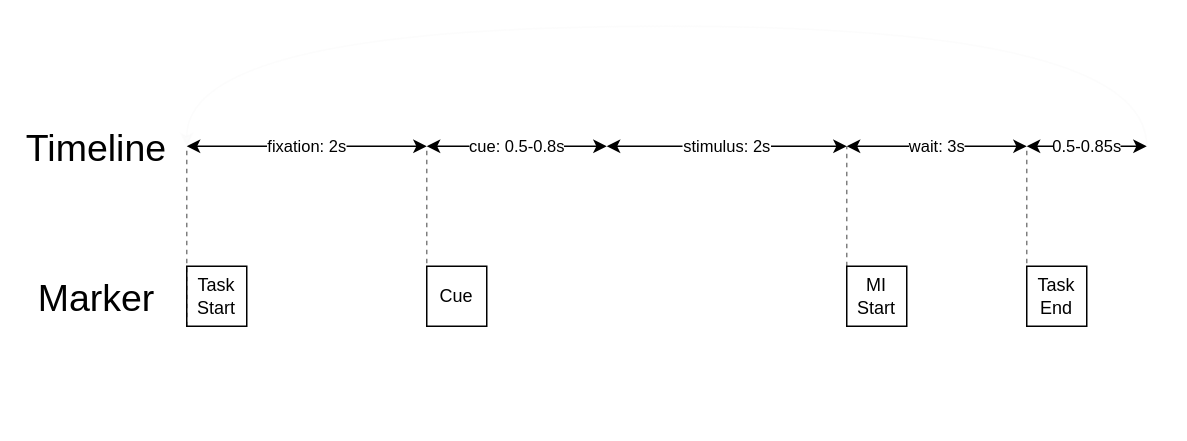
This is sw/admin/diagrams/paradigm1.drawio from Ereasai/EEGTetris, a draw.io file, before an edit. Source tidied: cells renumbered, new cells numbered last; positions are measured from the earlier drawing's top-left corner, leaving out a move shared by most shapes. Both pictures are drawn from the tidied source at 150%, with x=0, y=0 at pixel (51, 26).
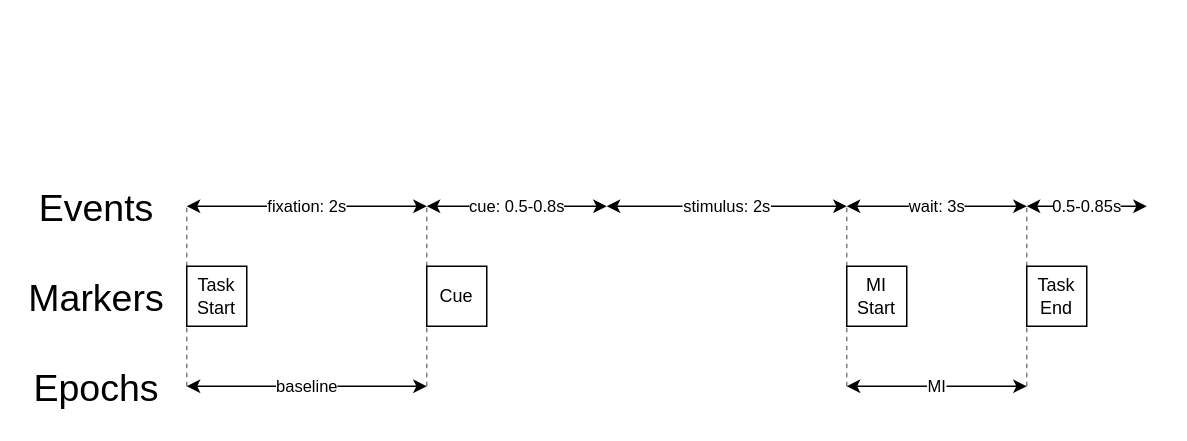
After the change.

The change refers to these unchanged cells:
```xml
<mxCell id="8" value="MI&lt;br&gt;Start" style="rounded=0;whiteSpace=wrap;html=1;" parent="1" vertex="1">
  <mxGeometry x="530" y="160" width="40" height="40" as="geometry" />
</mxCell>
<mxCell id="16" value="Cue" style="rounded=0;whiteSpace=wrap;html=1;" parent="1" vertex="1">
  <mxGeometry x="250" y="160" width="40" height="40" as="geometry" />
</mxCell>
<mxCell id="17" value="Task&lt;br&gt;End" style="rounded=0;whiteSpace=wrap;html=1;" parent="1" vertex="1">
  <mxGeometry x="650" y="160" width="40" height="40" as="geometry" />
</mxCell>
```

Change to the diagram source:
```diff
@@
     <mxCell id="2" value="fixation: 2s" style="endArrow=classic;startArrow=classic;html=1;rounded=0;" parent="1" edge="1">
       <mxGeometry relative="1" as="geometry">
-        <mxPoint x="90" y="80" as="sourcePoint" />
-        <mxPoint x="250" y="80" as="targetPoint" />
+        <mxPoint x="90" y="120" as="sourcePoint" />
+        <mxPoint x="250" y="120" as="targetPoint" />
       </mxGeometry>
     </mxCell>
     <mxCell id="3" value="cue: 0.5-0.8s" style="endArrow=classic;startArrow=classic;html=1;rounded=0;" parent="1" edge="1">
       <mxGeometry relative="1" as="geometry">
-        <mxPoint x="250" y="80" as="sourcePoint" />
-        <mxPoint x="370" y="80" as="targetPoint" />
+        <mxPoint x="250" y="120" as="sourcePoint" />
+        <mxPoint x="370" y="120" as="targetPoint" />
       </mxGeometry>
     </mxCell>
     <mxCell id="4" value="stimulus: 2s" style="endArrow=classic;startArrow=classic;html=1;rounded=0;" parent="1" edge="1">
       <mxGeometry relative="1" as="geometry">
-        <mxPoint x="370" y="80" as="sourcePoint" />
-        <mxPoint x="530" y="80" as="targetPoint" />
+        <mxPoint x="370" y="120" as="sourcePoint" />
+        <mxPoint x="530" y="120" as="targetPoint" />
       </mxGeometry>
     </mxCell>
     <mxCell id="5" value="wait: 3s" style="endArrow=classic;startArrow=classic;html=1;rounded=0;" parent="1" edge="1">
       <mxGeometry relative="1" as="geometry">
-        <mxPoint x="530" y="80" as="sourcePoint" />
-        <mxPoint x="650" y="80" as="targetPoint" />
+        <mxPoint x="530" y="120" as="sourcePoint" />
+        <mxPoint x="650" y="120" as="targetPoint" />
       </mxGeometry>
     </mxCell>
@@
-    <mxCell id="7" style="endArrow=none;dashed=1;html=1;rounded=0;opacity=50;exitX=0;exitY=1;exitDx=0;exitDy=0;" parent="1" edge="1" source="16">
+    <mxCell id="7" style="endArrow=none;dashed=1;html=1;rounded=0;opacity=50;exitX=0;exitY=0;exitDx=0;exitDy=0;" parent="1" edge="1" source="16">
       <mxGeometry relative="1" as="geometry">
-        <mxPoint x="250" y="80" as="targetPoint" />
+        <mxPoint x="250" y="120" as="targetPoint" />
       </mxGeometry>
     </mxCell>
@@
-    <mxCell id="9" style="endArrow=none;dashed=1;html=1;rounded=0;opacity=50;" parent="1" edge="1">
+    <mxCell id="9" style="endArrow=none;dashed=1;html=1;rounded=0;opacity=50;exitX=0;exitY=0;exitDx=0;exitDy=0;" parent="1" edge="1" source="8">
       <mxGeometry relative="1" as="geometry">
-        <mxPoint x="530" y="160" as="sourcePoint" />
-        <mxPoint x="530" y="80" as="targetPoint" />
+        <mxPoint x="530" y="120" as="targetPoint" />
       </mxGeometry>
     </mxCell>
-    <mxCell id="10" value="&lt;font style=&quot;font-size: 25px;&quot;&gt;Timeline&lt;/font&gt;" style="text;html=1;strokeColor=none;fillColor=none;align=center;verticalAlign=middle;whiteSpace=wrap;rounded=0;" parent="1" vertex="1">
-      <mxGeometry y="60" width="60" height="40" as="geometry" />
+    <mxCell id="10" value="&lt;font style=&quot;font-size: 25px;&quot;&gt;Events&lt;/font&gt;" style="text;html=1;strokeColor=none;fillColor=none;align=center;verticalAlign=middle;whiteSpace=wrap;rounded=0;" parent="1" vertex="1">
+      <mxGeometry y="100" width="60" height="40" as="geometry" />
     </mxCell>
-    <mxCell id="11" value="&lt;font style=&quot;font-size: 25px;&quot;&gt;Marker&lt;/font&gt;" style="text;html=1;strokeColor=none;fillColor=none;align=center;verticalAlign=middle;whiteSpace=wrap;rounded=0;" parent="1" vertex="1">
+    <mxCell id="11" value="&lt;font style=&quot;font-size: 25px;&quot;&gt;Markers&lt;/font&gt;" style="text;html=1;strokeColor=none;fillColor=none;align=center;verticalAlign=middle;whiteSpace=wrap;rounded=0;" parent="1" vertex="1">
       <mxGeometry y="160" width="60" height="40" as="geometry" />
     </mxCell>
-    <mxCell id="12" style="curved=1;endArrow=classic;html=1;rounded=0;strokeColor=#FAFAFA;opacity=50;" parent="1" edge="1">
-      <mxGeometry relative="1" as="geometry">
-        <mxPoint x="730" y="80" as="sourcePoint" />
-        <mxPoint x="90" y="80" as="targetPoint" />
-        <Array as="points">
-          <mxPoint x="730" />
-          <mxPoint x="90" />
-        </Array>
-      </mxGeometry>
-    </mxCell>
@@
-    <mxCell id="14" style="endArrow=none;dashed=1;html=1;rounded=0;opacity=50;" parent="1" edge="1">
+    <mxCell id="14" style="endArrow=none;dashed=1;html=1;rounded=0;opacity=50;exitX=0;exitY=0;exitDx=0;exitDy=0;" parent="1" edge="1" source="17">
       <mxGeometry relative="1" as="geometry">
-        <mxPoint x="650" y="200" as="sourcePoint" />
-        <mxPoint x="650" y="80" as="targetPoint" />
+        <mxPoint x="650" y="120" as="targetPoint" />
       </mxGeometry>
     </mxCell>
     <mxCell id="15" style="endArrow=none;dashed=1;html=1;rounded=0;opacity=50;" parent="1" edge="1">
       <mxGeometry relative="1" as="geometry">
-        <mxPoint x="90" y="200" as="sourcePoint" />
-        <mxPoint x="90" y="80" as="targetPoint" />
+        <mxPoint x="90" y="160" as="sourcePoint" />
+        <mxPoint x="90" y="120" as="targetPoint" />
       </mxGeometry>
     </mxCell>
@@
     <mxCell id="18" value="0.5-0.85s" style="endArrow=classic;startArrow=classic;html=1;rounded=0;" parent="1" edge="1">
       <mxGeometry relative="1" as="geometry">
-        <mxPoint x="650" y="80" as="sourcePoint" />
-        <mxPoint x="730" y="80" as="targetPoint" />
+        <mxPoint x="650" y="120" as="sourcePoint" />
+        <mxPoint x="730" y="120" as="targetPoint" />
       </mxGeometry>
     </mxCell>
+    <mxCell id="19" value="baseline" style="endArrow=classic;startArrow=classic;html=1;rounded=0;" parent="1" edge="1">
+      <mxGeometry relative="1" as="geometry">
+        <mxPoint x="90" y="240" as="sourcePoint" />
+        <mxPoint x="250" y="240" as="targetPoint" />
+      </mxGeometry>
+    </mxCell>
+    <mxCell id="20" style="endArrow=none;dashed=1;html=1;rounded=0;opacity=50;" parent="1" edge="1">
+      <mxGeometry relative="1" as="geometry">
+        <mxPoint x="90" y="240" as="sourcePoint" />
+        <mxPoint x="90" y="200" as="targetPoint" />
+      </mxGeometry>
+    </mxCell>
+    <mxCell id="21" style="endArrow=none;dashed=1;html=1;rounded=0;opacity=50;exitX=0;exitY=0;exitDx=0;exitDy=0;" parent="1" edge="1">
+      <mxGeometry relative="1" as="geometry">
+        <mxPoint x="250" y="240" as="sourcePoint" />
+        <mxPoint x="250" y="200" as="targetPoint" />
+      </mxGeometry>
+    </mxCell>
+    <mxCell id="22" value="&lt;font style=&quot;font-size: 25px;&quot;&gt;Epochs&lt;/font&gt;" style="text;html=1;strokeColor=none;fillColor=none;align=center;verticalAlign=middle;whiteSpace=wrap;rounded=0;" parent="1" vertex="1">
+      <mxGeometry y="220" width="60" height="40" as="geometry" />
+    </mxCell>
+    <mxCell id="23" value="MI" style="endArrow=classic;startArrow=classic;html=1;rounded=0;" parent="1" edge="1">
+      <mxGeometry relative="1" as="geometry">
+        <mxPoint x="530" y="240" as="sourcePoint" />
+        <mxPoint x="650" y="240" as="targetPoint" />
+      </mxGeometry>
+    </mxCell>
+    <mxCell id="24" style="endArrow=none;dashed=1;html=1;rounded=0;opacity=50;exitX=0;exitY=0;exitDx=0;exitDy=0;" parent="1" edge="1">
+      <mxGeometry relative="1" as="geometry">
+        <mxPoint x="530" y="240" as="sourcePoint" />
+        <mxPoint x="530" y="200" as="targetPoint" />
+      </mxGeometry>
+    </mxCell>
+    <mxCell id="25" style="endArrow=none;dashed=1;html=1;rounded=0;opacity=50;exitX=0;exitY=0;exitDx=0;exitDy=0;" parent="1" edge="1">
+      <mxGeometry relative="1" as="geometry">
+        <mxPoint x="650" y="240" as="sourcePoint" />
+        <mxPoint x="650" y="200" as="targetPoint" />
+      </mxGeometry>
+    </mxCell>
```
